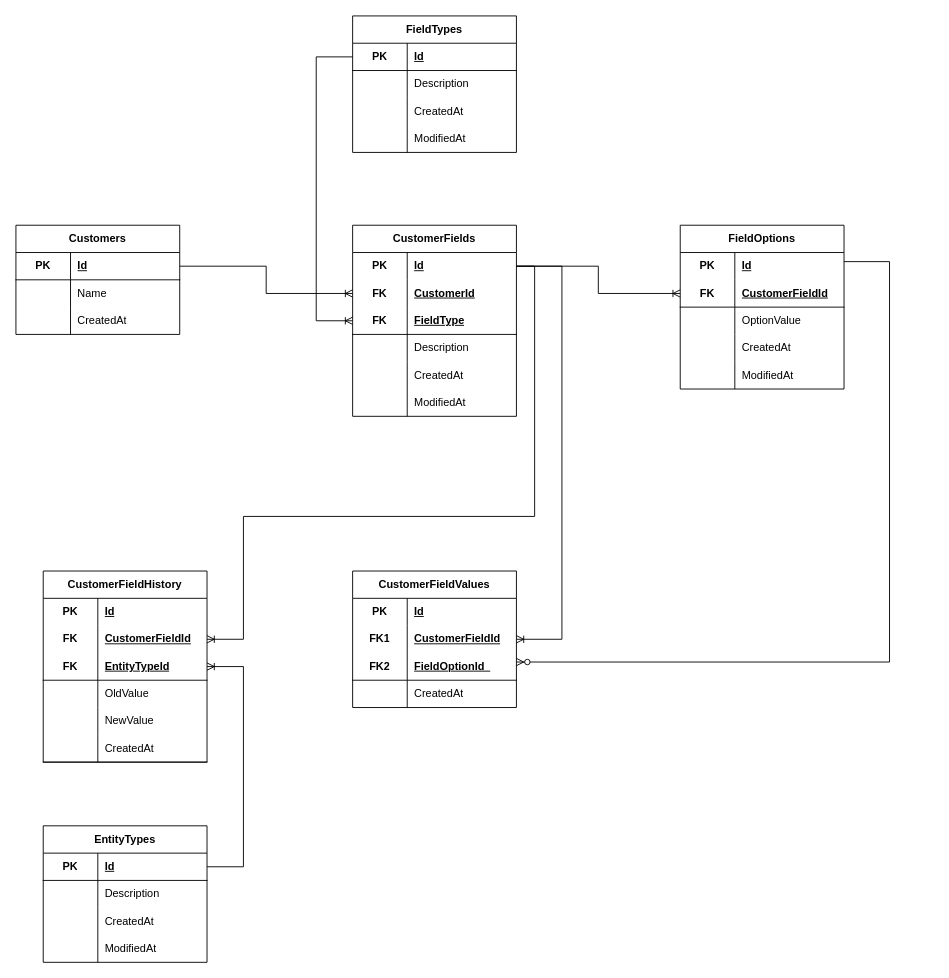
Earlier version of the draw.io diagram Architecture/schema.drawio (Predatoroid/orders-be). Source tidied: cells renumbered, new cells numbered last; positions are measured from the earlier drawing's top-left corner, leaving out a move shared by most shapes. Both pictures are drawn from the tidied source at 91%, with x=0, y=0 at pixel (15, 15).
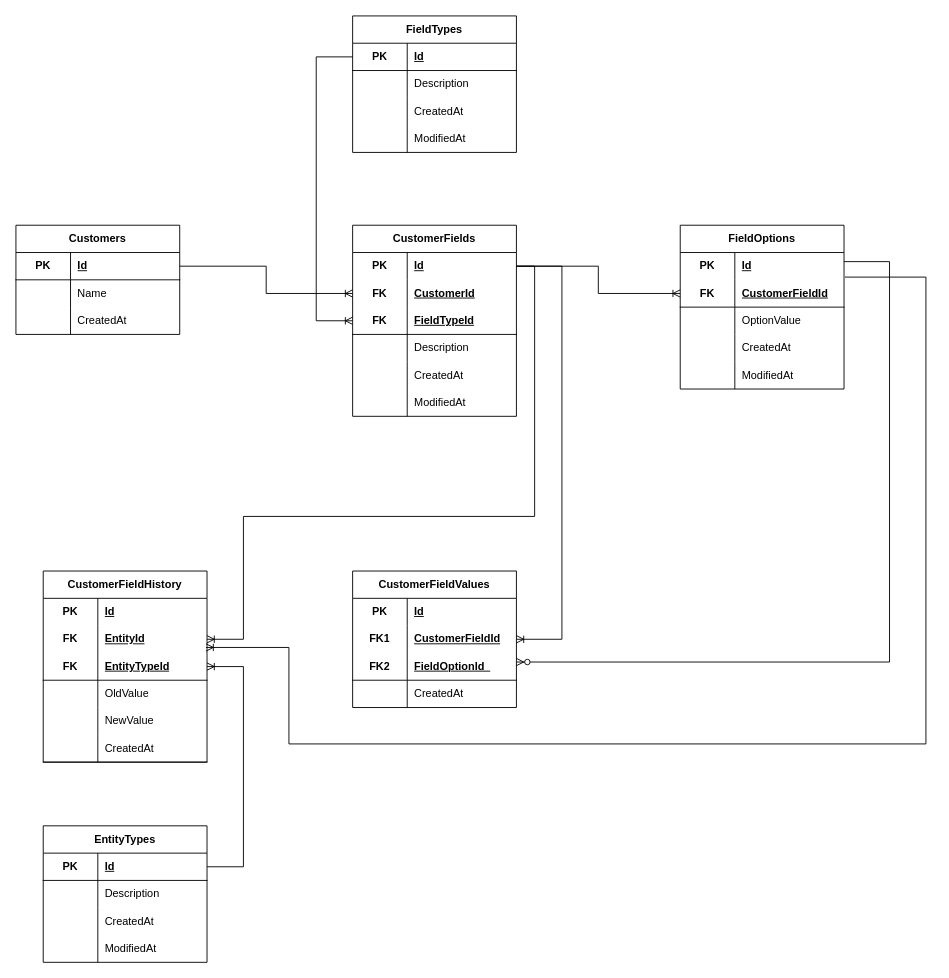
The same diagram, later.

Unchanged cells that the change refers to:
```xml
<mxCell id="19" style="shape=tableRow;horizontal=0;startSize=0;swimlaneHead=0;swimlaneBody=0;fillColor=none;points=[[0,0.5],[1,0.5]];portConstraint=eastwest;top=0;left=0;right=0;bottom=1;html=1;" parent="12" vertex="1">
  <mxGeometry y="90" width="180" height="30" as="geometry" />
</mxCell>
<mxCell id="33" style="shape=tableRow;horizontal=0;startSize=0;swimlaneHead=0;swimlaneBody=0;fillColor=none;points=[[0,0.5],[1,0.5]];portConstraint=eastwest;top=0;left=0;right=0;bottom=0;html=1;" parent="32" vertex="1">
  <mxGeometry y="30" width="180" height="30" as="geometry" />
</mxCell>
<mxCell id="68" style="shape=tableRow;horizontal=0;startSize=0;swimlaneHead=0;swimlaneBody=0;fillColor=none;points=[[0,0.5],[1,0.5]];portConstraint=eastwest;top=0;left=0;right=0;bottom=0;html=1;" parent="64" vertex="1">
  <mxGeometry y="60" width="180" height="30" as="geometry" />
</mxCell>
```

What changed in the source:
```diff
@@
-    <mxCell id="21" value="&lt;b style=&quot;border-color: var(--border-color);&quot;&gt;&lt;u&gt;FieldType&lt;/u&gt;&lt;/b&gt;" style="shape=partialRectangle;fillColor=none;top=0;left=0;bottom=0;right=0;align=left;spacingLeft=6;overflow=hidden;html=1;whiteSpace=wrap;" parent="19" vertex="1">
+    <mxCell id="21" value="&lt;b style=&quot;border-color: var(--border-color);&quot;&gt;&lt;u&gt;FieldTypeId&lt;/u&gt;&lt;/b&gt;" style="shape=partialRectangle;fillColor=none;top=0;left=0;bottom=0;right=0;align=left;spacingLeft=6;overflow=hidden;html=1;whiteSpace=wrap;" parent="19" vertex="1">
       <mxGeometry x="60" width="120" height="30" as="geometry" />
     </mxCell>
@@
-    <mxCell id="70" value="CustomerFieldId" style="shape=partialRectangle;fillColor=none;top=0;left=0;bottom=0;right=0;align=left;spacingLeft=6;fontStyle=5;overflow=hidden;html=1;whiteSpace=wrap;" parent="68" vertex="1">
+    <mxCell id="70" value="EntityId" style="shape=partialRectangle;fillColor=none;top=0;left=0;bottom=0;right=0;align=left;spacingLeft=6;fontStyle=5;overflow=hidden;html=1;whiteSpace=wrap;" parent="68" vertex="1">
       <mxGeometry x="60" width="120" height="30" as="geometry" />
     </mxCell>
@@
+    <mxCell id="112" style="edgeStyle=orthogonalEdgeStyle;fontSize=12;html=1;endArrow=ERoneToMany;rounded=0;entryX=0.994;entryY=0.8;entryDx=0;entryDy=0;entryPerimeter=0;exitX=1.006;exitY=0.9;exitDx=0;exitDy=0;exitPerimeter=0;" parent="1" edge="1" source="33" target="68">
+      <mxGeometry relative="1" as="geometry">
+        <Array as="points">
+          <mxPoint x="1000" y="287" />
+          <mxPoint x="1000" y="800" />
+          <mxPoint x="300" y="800" />
+          <mxPoint x="300" y="694" />
+        </Array>
+      </mxGeometry>
+    </mxCell>
```
